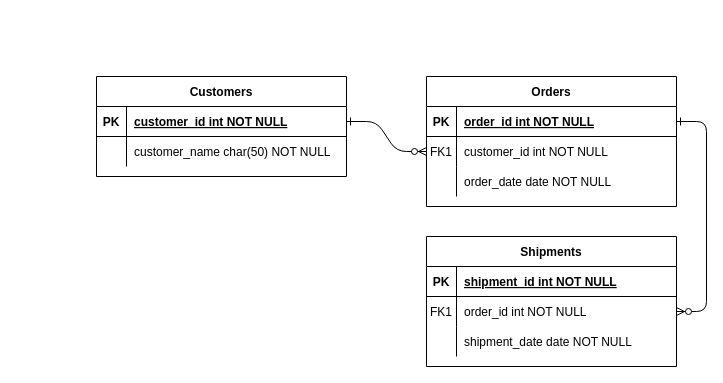
The draw.io diagram Untitled Diagram.drawio in riri-58/Project, before the edit. Source tidied: cells renumbered, new cells numbered last; positions are measured from the earlier drawing's top-left corner, leaving out a move shared by most shapes. Both pictures are drawn from the tidied source at 100%, with x=0, y=0 at pixel (96, 76).
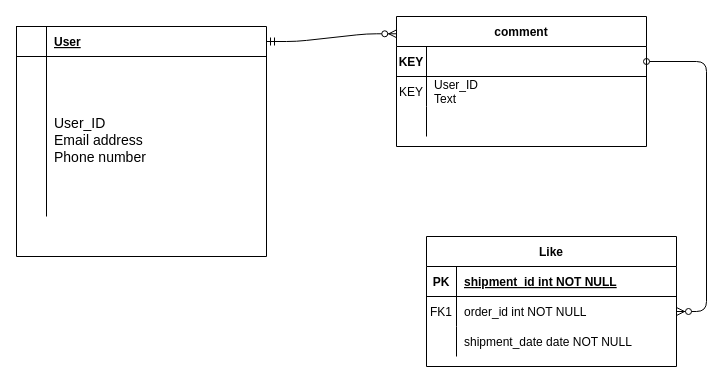
The same diagram, later.

The change refers to these unchanged cells:
```xml
<mxCell id="5" style="shape=partialRectangle;fillColor=none;points=[[0,0.5],[1,0.5]];portConstraint=eastwest;top=0;left=0;right=0;bottom=1;" parent="4" vertex="1">
  <mxGeometry y="30" width="250" height="30" as="geometry" />
</mxCell>
<mxCell id="8" style="shape=partialRectangle;fillColor=none;points=[[0,0.5],[1,0.5]];portConstraint=eastwest;top=0;left=0;right=0;bottom=0;" parent="4" vertex="1">
  <mxGeometry y="60" width="250" height="30" as="geometry" />
</mxCell>
<mxCell id="11" style="shape=partialRectangle;fillColor=none;top=0;left=0;right=0;bottom=0;" parent="4" vertex="1">
  <mxGeometry y="90" width="250" height="30" as="geometry" />
</mxCell>
<mxCell id="18" style="shape=partialRectangle;fillColor=none;points=[[0,0.5],[1,0.5]];portConstraint=eastwest;top=0;left=0;right=0;bottom=0;" parent="14" vertex="1">
  <mxGeometry y="60" width="250" height="30" as="geometry" />
</mxCell>
```

The edit, as a diff of the source:
```diff
@@
-    <mxCell id="2" style="edgeStyle=entityRelationEdgeStyle;endArrow=ERzeroToMany;startArrow=ERone;endFill=1;startFill=0;" parent="1" edge="1" source="25" target="8">
+    <mxCell id="2" style="edgeStyle=entityRelationEdgeStyle;endArrow=ERzeroToMany;startArrow=ERmandOne;endFill=1;startFill=0;entryX=0.001;entryY=0.133;entryDx=0;entryDy=0;entryPerimeter=0;" parent="1" edge="1" source="25" target="4">
       <mxGeometry relative="1" as="geometry" />
     </mxCell>
-    <mxCell id="3" style="edgeStyle=entityRelationEdgeStyle;endArrow=ERzeroToMany;startArrow=ERone;endFill=1;startFill=0;" parent="1" edge="1" source="5" target="18">
+    <mxCell id="3" style="edgeStyle=entityRelationEdgeStyle;endArrow=ERzeroToMany;startArrow=oval;endFill=1;startFill=0;strokeColor=#030303;" parent="1" edge="1" source="5" target="18">
       <mxGeometry relative="1" as="geometry" />
     </mxCell>
-    <mxCell id="4" value="Orders" style="shape=table;startSize=30;childLayout=tableLayout;rowLines=0;fontStyle=1;align=center;" parent="1" vertex="1">
-      <mxGeometry x="330" width="250" height="130" as="geometry" />
+    <mxCell id="4" value="comment" style="shape=table;startSize=30;childLayout=tableLayout;rowLines=0;fontStyle=1;align=center;" parent="1" vertex="1">
+      <mxGeometry x="300" y="-60" width="250" height="130" as="geometry" />
     </mxCell>
@@
-    <mxCell id="6" value="PK" style="shape=partialRectangle;overflow=hidden;fillColor=none;top=0;left=0;bottom=0;right=0;fontStyle=1;" parent="5" vertex="1">
+    <mxCell id="6" value="KEY" style="shape=partialRectangle;overflow=hidden;fillColor=none;top=0;left=0;bottom=0;right=0;fontStyle=1;" parent="5" vertex="1">
       <mxGeometry width="30" height="30" as="geometry" />
     </mxCell>
-    <mxCell id="7" value="order_id int NOT NULL " style="shape=partialRectangle;overflow=hidden;fillColor=none;top=0;left=0;bottom=0;right=0;align=left;spacingLeft=6;fontStyle=5;" parent="5" vertex="1">
+    <mxCell id="7" style="shape=partialRectangle;overflow=hidden;fillColor=none;top=0;left=0;bottom=0;right=0;align=left;spacingLeft=6;fontStyle=5;" parent="5" vertex="1">
       <mxGeometry x="30" width="220" height="30" as="geometry" />
     </mxCell>
@@
-    <mxCell id="9" value="FK1" style="shape=partialRectangle;overflow=hidden;fillColor=none;top=0;left=0;bottom=0;right=0;" parent="8" vertex="1">
+    <mxCell id="9" value="KEY" style="shape=partialRectangle;overflow=hidden;fillColor=none;top=0;left=0;bottom=0;right=0;" parent="8" vertex="1">
       <mxGeometry width="30" height="30" as="geometry" />
     </mxCell>
-    <mxCell id="10" value="customer_id int NOT NULL" style="shape=partialRectangle;overflow=hidden;fillColor=none;top=0;left=0;bottom=0;right=0;align=left;spacingLeft=6;" parent="8" vertex="1">
+    <mxCell id="10" value="User_ID&#10;Text" style="shape=partialRectangle;overflow=hidden;fillColor=none;top=0;left=0;bottom=0;right=0;align=left;spacingLeft=6;" parent="8" vertex="1">
       <mxGeometry x="30" width="220" height="30" as="geometry" />
     </mxCell>
@@
-    <mxCell id="13" value="order_date date NOT NULL" style="shape=partialRectangle;overflow=hidden;fillColor=none;top=0;left=0;bottom=0;right=0;align=left;spacingLeft=6;" parent="11" vertex="1">
+    <mxCell id="13" style="shape=partialRectangle;overflow=hidden;fillColor=none;top=0;left=0;bottom=0;right=0;align=left;spacingLeft=6;" parent="11" vertex="1">
       <mxGeometry x="30" width="220" height="30" as="geometry" />
     </mxCell>
-    <mxCell id="14" value="Shipments" style="shape=table;startSize=30;childLayout=tableLayout;rowLines=0;fontStyle=1;align=center;" parent="1" vertex="1">
+    <mxCell id="14" value="Like" style="shape=table;startSize=30;childLayout=tableLayout;rowLines=0;fontStyle=1;align=center;" parent="1" vertex="1">
       <mxGeometry x="330" y="160" width="250" height="130" as="geometry" />
     </mxCell>
@@
-    <mxCell id="24" value="Customers" style="shape=table;startSize=30;childLayout=tableLayout;rowLines=0;fontStyle=1;align=center;" parent="1" vertex="1">
-      <mxGeometry width="250" height="100" as="geometry" />
+    <mxCell id="24" style="shape=table;startSize=0;childLayout=tableLayout;rowLines=0;fontStyle=1;align=left;fontSize=15;" parent="1" vertex="1">
+      <mxGeometry x="-80" y="-50" width="250" height="230" as="geometry" />
     </mxCell>
     <mxCell id="25" style="shape=partialRectangle;fillColor=none;points=[[0,0.5],[1,0.5]];portConstraint=eastwest;top=0;left=0;right=0;bottom=1;" parent="24" vertex="1">
-      <mxGeometry y="30" width="250" height="30" as="geometry" />
+      <mxGeometry width="250" height="30" as="geometry" />
     </mxCell>
-    <mxCell id="26" value="PK" style="shape=partialRectangle;overflow=hidden;fillColor=none;top=0;left=0;bottom=0;right=0;fontStyle=1;" parent="25" vertex="1">
+    <mxCell id="26" style="shape=partialRectangle;overflow=hidden;fillColor=none;top=0;left=0;bottom=0;right=0;fontStyle=1;" parent="25" vertex="1">
       <mxGeometry width="30" height="30" as="geometry" />
     </mxCell>
-    <mxCell id="27" value="customer_id int NOT NULL " style="shape=partialRectangle;overflow=hidden;fillColor=none;top=0;left=0;bottom=0;right=0;align=left;spacingLeft=6;fontStyle=5;" parent="25" vertex="1">
+    <mxCell id="27" value="User" style="shape=partialRectangle;overflow=hidden;fillColor=none;top=0;left=0;bottom=0;right=0;align=left;spacingLeft=6;fontStyle=5;" parent="25" vertex="1">
       <mxGeometry x="30" width="220" height="30" as="geometry" />
     </mxCell>
     <mxCell id="28" style="shape=partialRectangle;fillColor=none;top=0;left=0;right=0;bottom=0;" parent="24" vertex="1">
-      <mxGeometry y="60" width="250" height="30" as="geometry" />
+      <mxGeometry y="30" width="250" height="160" as="geometry" />
     </mxCell>
     <mxCell id="29" style="shape=partialRectangle;overflow=hidden;fillColor=none;top=0;left=0;bottom=0;right=0;" parent="28" vertex="1">
-      <mxGeometry width="30" height="30" as="geometry" />
+      <mxGeometry width="30" height="160" as="geometry" />
     </mxCell>
-    <mxCell id="30" value="customer_name char(50) NOT NULL" style="shape=partialRectangle;overflow=hidden;fillColor=none;top=0;left=0;bottom=0;right=0;align=left;spacingLeft=6;" parent="28" vertex="1">
-      <mxGeometry x="30" width="220" height="30" as="geometry" />
+    <mxCell id="30" value="User_ID&#10;Email address&#10;Phone number" style="shape=partialRectangle;overflow=hidden;fillColor=none;top=0;left=0;bottom=0;right=0;align=left;spacingLeft=6;fontSize=14;spacingTop=6;" parent="28" vertex="1">
+      <mxGeometry x="30" width="220" height="160" as="geometry" />
     </mxCell>
```
